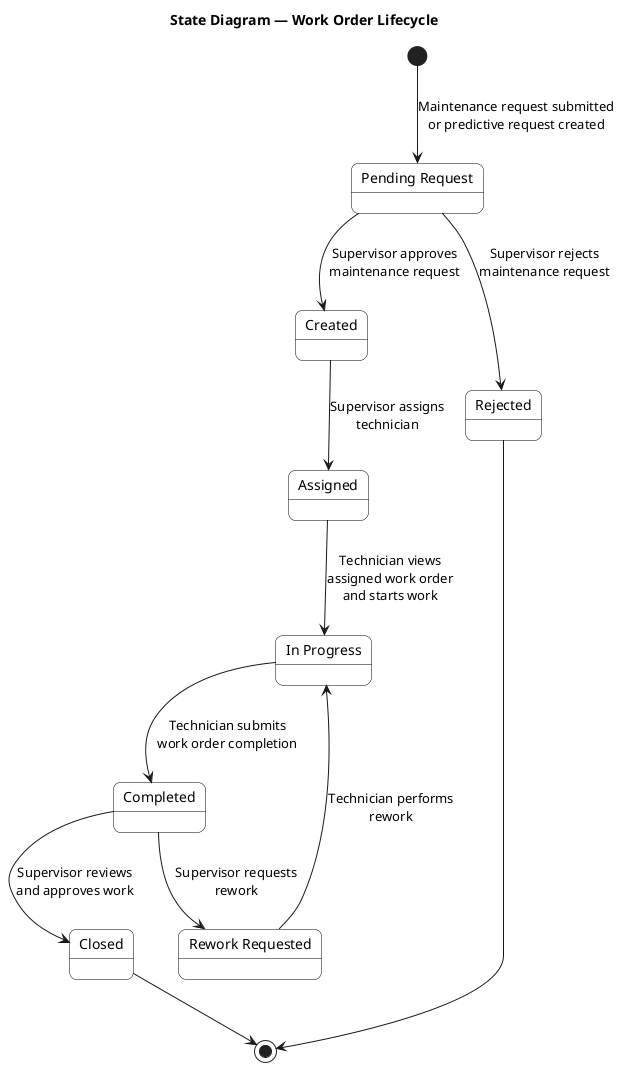
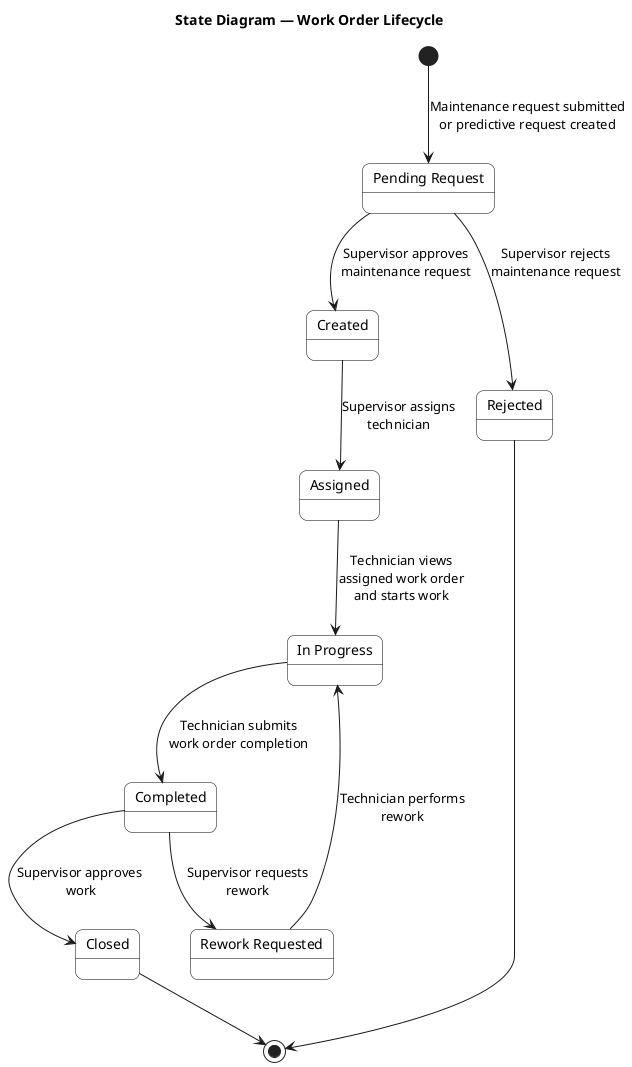
@startuml state_diagram
title State Diagram — Work Order Lifecycle

skinparam shadowing false
skinparam roundcorner 15
skinparam state {
    BackgroundColor White
    BorderColor Black
    FontColor Black
}

[*] --> Pending_Request : Maintenance request submitted\nor predictive request created

Pending_Request --> Created : Supervisor approves\nmaintenance request
Pending_Request --> Rejected : Supervisor rejects\nmaintenance request

Created --> Assigned : Supervisor assigns\ntechnician

Assigned --> In_Progress : Technician views\nassigned work order\nand starts work

In_Progress --> Completed : Technician submits\nwork order completion

- Completed --> Closed : Supervisor reviews\nand approves work
+ Completed --> Closed : Supervisor approves \nwork

Completed --> Rework_Requested : Supervisor requests\nrework

Rework_Requested --> In_Progress : Technician performs\nrework

Closed --> [*]
Rejected --> [*]

state "Pending Request" as Pending_Request
state "In Progress" as In_Progress
state "Rework Requested" as Rework_Requested

@enduml